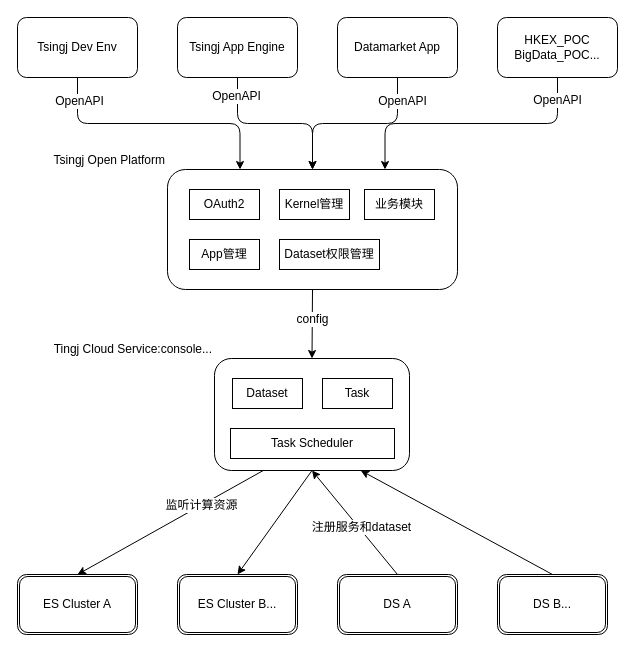
Before: Tsingj_Open_Platform.drawio in yankaili2006/drawing_io, a draw.io diagram. Source tidied: cells renumbered, new cells numbered last; positions are measured from the earlier drawing's top-left corner, leaving out a move shared by most shapes. Both pictures are drawn from the tidied source at 100%, with x=0, y=0 at pixel (17, 17).
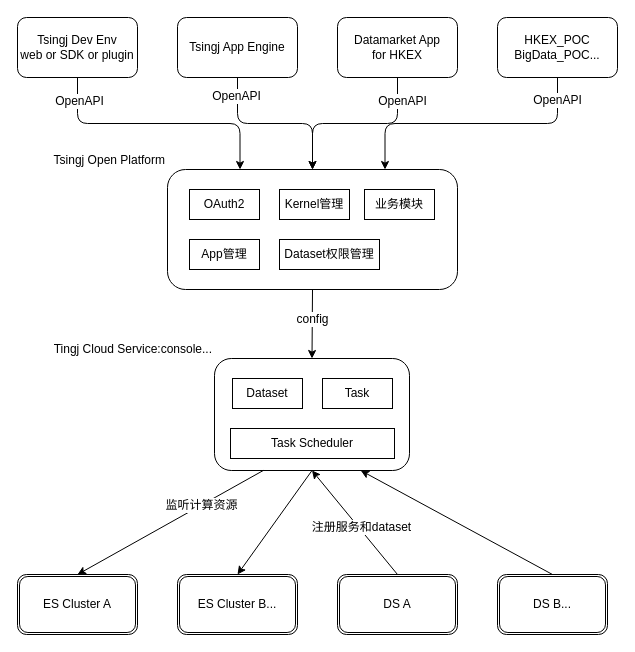
The same page after the edit.

Change to the diagram source:
```diff
@@
-    <mxCell id="7" value="Tsingj Dev Env" style="rounded=1;whiteSpace=wrap;html=1;" parent="1" vertex="1">
+    <mxCell id="7" value="Tsingj Dev Env&lt;br&gt;web or SDK or plugin" style="rounded=1;whiteSpace=wrap;html=1;" parent="1" vertex="1">
       <mxGeometry width="120" height="60" as="geometry" />
     </mxCell>
@@
-    <mxCell id="9" value="Datamarket App" style="rounded=1;whiteSpace=wrap;html=1;" parent="1" vertex="1">
+    <mxCell id="9" value="Datamarket App&lt;br&gt;for HKEX" style="rounded=1;whiteSpace=wrap;html=1;" parent="1" vertex="1">
       <mxGeometry x="320" width="120" height="60" as="geometry" />
     </mxCell>
```
